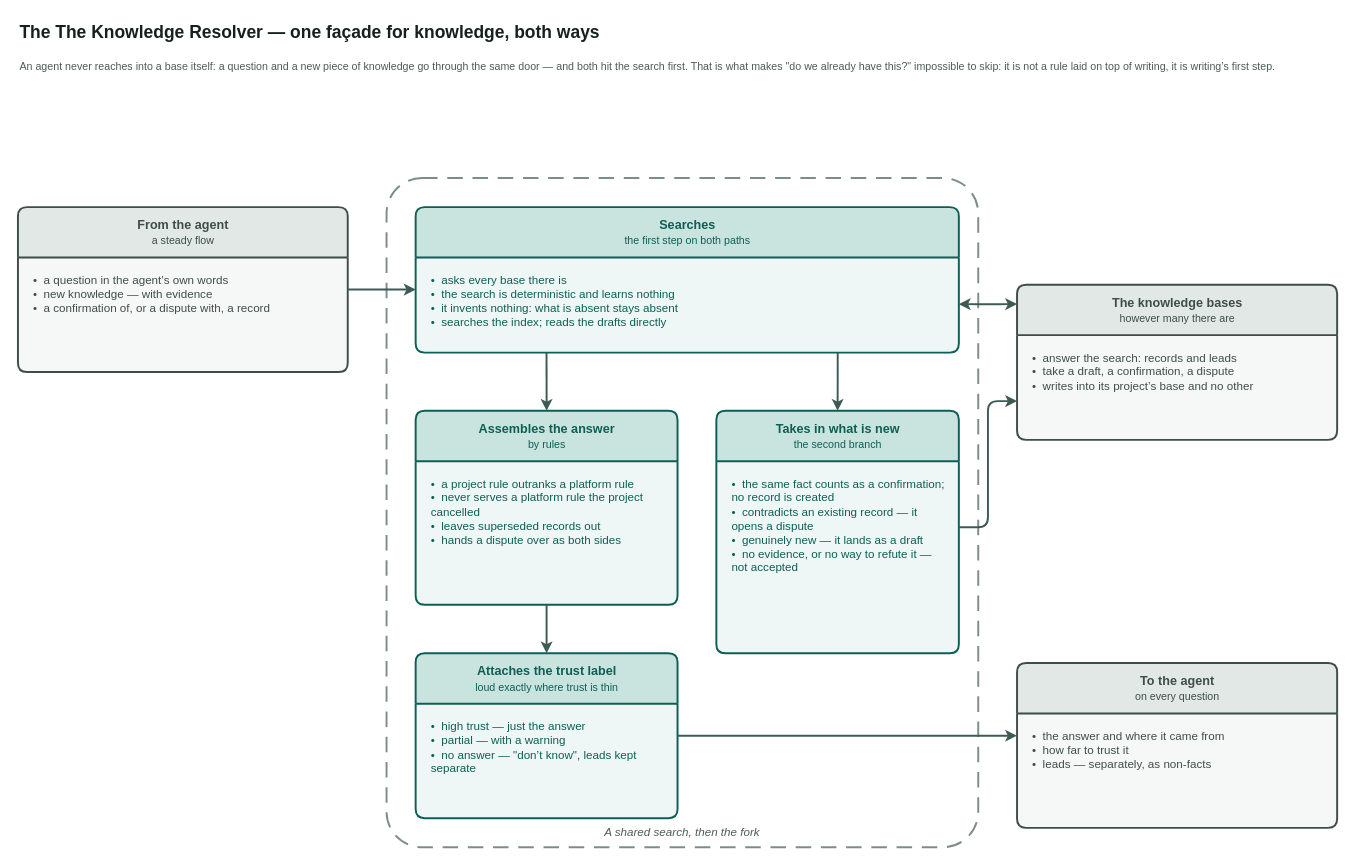
VirtoCommerce/ai-tools keeps this draw.io diagram as page "The Knowledge Resolver" (4 of 7) of docs/adr/adr-knowledge-base-v3-overview.drawio. Above is the earlier version. Source tidied: cells renumbered, new cells numbered last; positions are measured from the earlier drawing's top-left corner, leaving out a move shared by most shapes. Both pictures are drawn from the tidied source at 97%, with x=0, y=0 at pixel (17, 16).
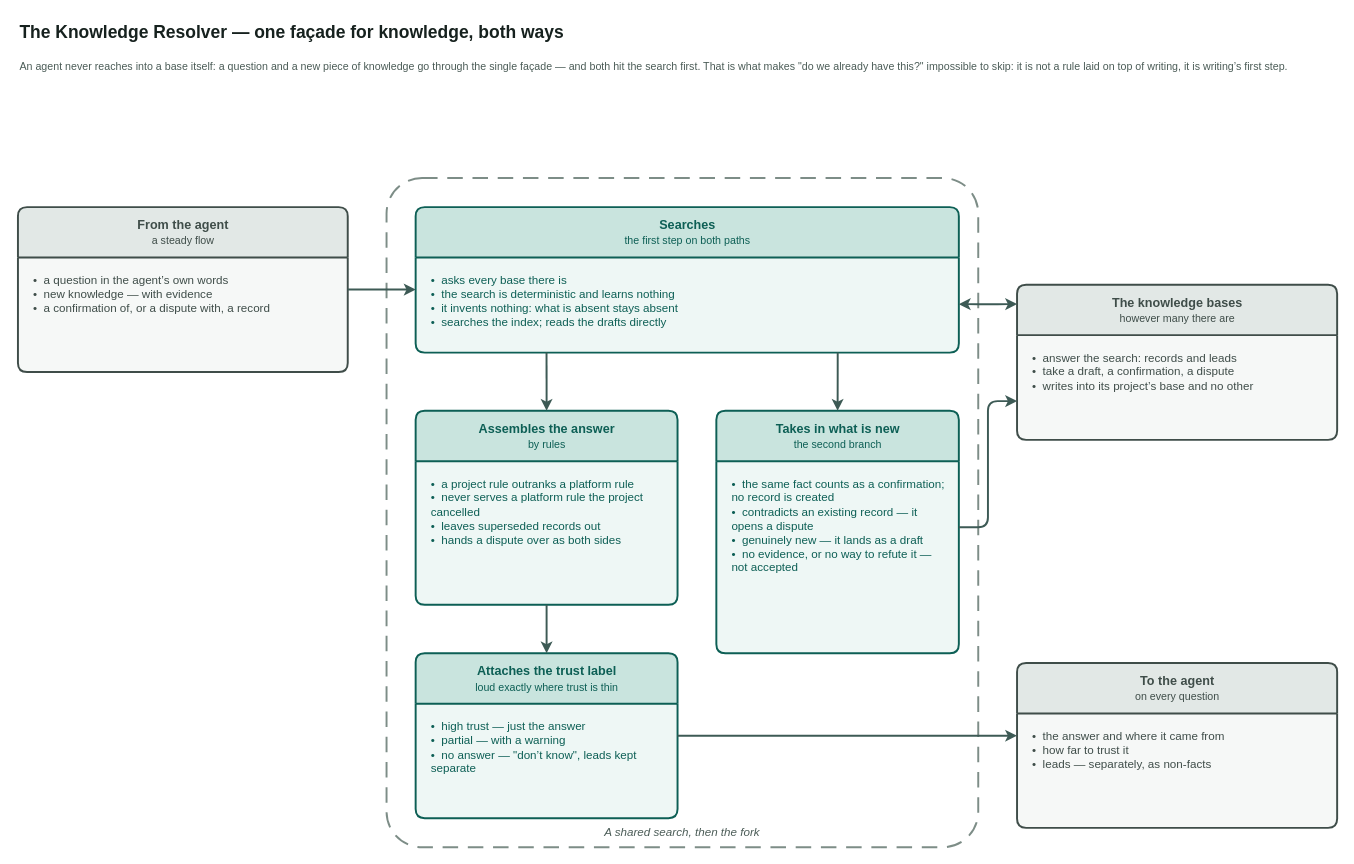
After the change.

Diff of the diagram source:
```diff
@@
-    <mxCell id="2" value="The The Knowledge Resolver — one façade for knowledge, both ways" style="text;html=1;align=left;verticalAlign=middle;fontSize=18;fontStyle=1;fontColor=#16211e;fontFamily=Helvetica;" parent="1" vertex="1">
+    <mxCell id="2" value="The Knowledge Resolver — one façade for knowledge, both ways" style="text;html=1;align=left;verticalAlign=middle;fontSize=18;fontStyle=1;fontColor=#16211e;fontFamily=Helvetica;" parent="1" vertex="1">
       <mxGeometry width="1300" height="32" as="geometry" />
     </mxCell>
-    <mxCell id="3" value="An agent never reaches into a base itself: a question and a new piece of knowledge go through the same door — and both hit the search first. That is what makes &quot;do we already have this?&quot; impossible to skip: it is not a rule laid on top of writing, it is writing’s first step." style="text;html=1;align=left;verticalAlign=top;fontSize=11;fontColor=#4b5c57;fontFamily=Helvetica;" parent="1" vertex="1">
+    <mxCell id="3" value="An agent never reaches into a base itself: a question and a new piece of knowledge go through the single façade — and both hit the search first. That is what makes &quot;do we already have this?&quot; impossible to skip: it is not a rule laid on top of writing, it is writing’s first step." style="text;html=1;align=left;verticalAlign=top;fontSize=11;fontColor=#4b5c57;fontFamily=Helvetica;" parent="1" vertex="1">
       <mxGeometry y="38" width="1340" height="56" as="geometry" />
     </mxCell>
```
